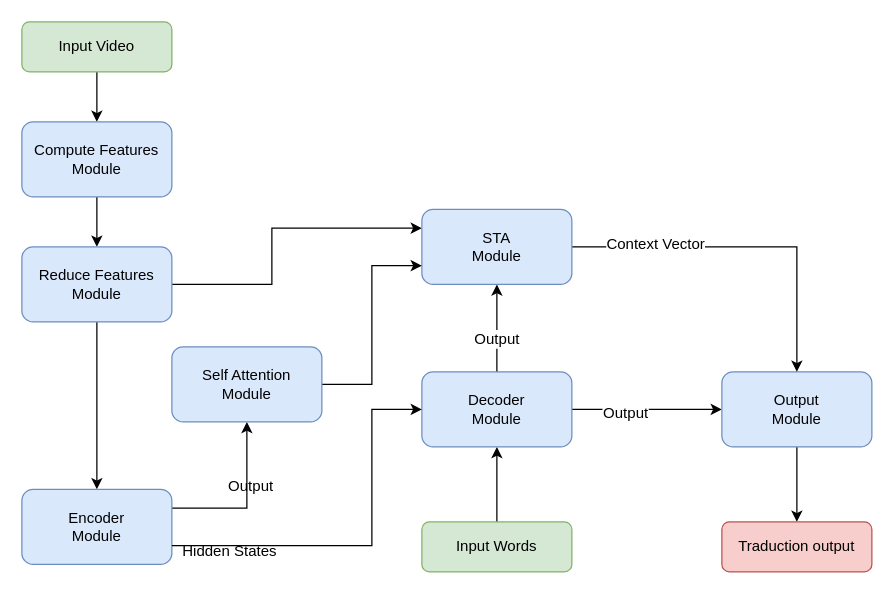
Before: page "SLT Model" (1 of 8) of Models.drawio in MIC10086/SignLanguageTranslation_SLT, a draw.io diagram. Source tidied: cells renumbered, new cells numbered last; positions are measured from the earlier drawing's top-left corner, leaving out a move shared by most shapes. Both pictures are drawn from the tidied source at 125%, with x=0, y=0 at pixel (21, 21).
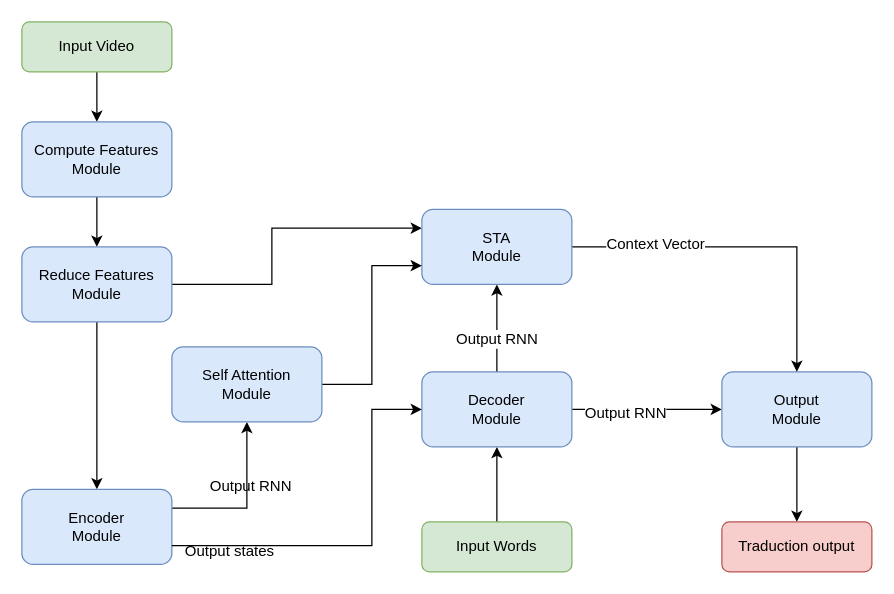
Above is the later version.

The change refers to these unchanged cells:
```xml
<mxCell id="11" style="edgeStyle=orthogonalEdgeStyle;rounded=0;jettySize=auto;html=1;exitX=1;exitY=0.25;exitDx=0;exitDy=0;entryX=0.5;entryY=1;entryDx=0;entryDy=0;endArrow=classic;endFill=1;" parent="1" edge="1" source="13" target="28">
  <mxGeometry relative="1" as="geometry" />
</mxCell>
<mxCell id="14" style="edgeStyle=orthogonalEdgeStyle;rounded=0;jettySize=auto;html=1;exitX=1;exitY=0.5;exitDx=0;exitDy=0;entryX=0;entryY=0.5;entryDx=0;entryDy=0;" parent="1" edge="1" source="18" target="20">
  <mxGeometry relative="1" as="geometry" />
</mxCell>
<mxCell id="16" style="edgeStyle=orthogonalEdgeStyle;rounded=0;jettySize=auto;html=1;exitX=0.5;exitY=0;exitDx=0;exitDy=0;entryX=0.5;entryY=1;entryDx=0;entryDy=0;" parent="1" edge="1" source="18" target="23">
  <mxGeometry relative="1" as="geometry" />
</mxCell>
<mxCell id="25" style="edgeStyle=orthogonalEdgeStyle;rounded=0;jettySize=auto;html=1;exitX=1;exitY=0.75;exitDx=0;exitDy=0;entryX=0;entryY=0.5;entryDx=0;entryDy=0;endArrow=classic;endFill=1;" parent="1" edge="1" source="13" target="18">
  <mxGeometry relative="1" as="geometry">
    <Array as="points">
      <mxPoint x="280" y="419" />
      <mxPoint x="280" y="310" />
    </Array>
  </mxGeometry>
</mxCell>
```

Change to the diagram source:
```diff
@@
-    <mxCell id="12" value="Output" style="text;html=1;align=center;verticalAlign=middle;" parent="11" vertex="1">
+    <mxCell id="12" value="Output RNN" style="text;html=1;align=center;verticalAlign=middle;" parent="11" vertex="1">
       <mxGeometry x="-0.07" y="18" relative="1" as="geometry">
         <mxPoint x="20" y="-18" as="offset" />
       </mxGeometry>
     </mxCell>
@@
-    <mxCell id="15" value="Output" style="text;html=1;align=center;verticalAlign=middle;labelBackgroundColor=#ffffff;" parent="14" vertex="1">
+    <mxCell id="15" value="Output RNN" style="text;html=1;align=center;verticalAlign=middle;labelBackgroundColor=#ffffff;" parent="14" vertex="1">
       <mxGeometry x="-0.3" y="-2" relative="1" as="geometry" />
     </mxCell>
@@
-    <mxCell id="17" value="Output" style="text;html=1;align=center;verticalAlign=middle;labelBackgroundColor=#ffffff;" parent="16" vertex="1">
+    <mxCell id="17" value="Output RNN" style="text;html=1;align=center;verticalAlign=middle;labelBackgroundColor=#ffffff;" parent="16" vertex="1">
       <mxGeometry x="-0.22" y="1" relative="1" as="geometry" />
     </mxCell>
@@
-    <mxCell id="26" value="Hidden States" style="text;html=1;align=center;verticalAlign=middle;" parent="25" vertex="1">
+    <mxCell id="26" value="Output states" style="text;html=1;align=center;verticalAlign=middle;" parent="25" vertex="1">
       <mxGeometry x="-0.71" y="-4" relative="1" as="geometry" />
     </mxCell>
```
